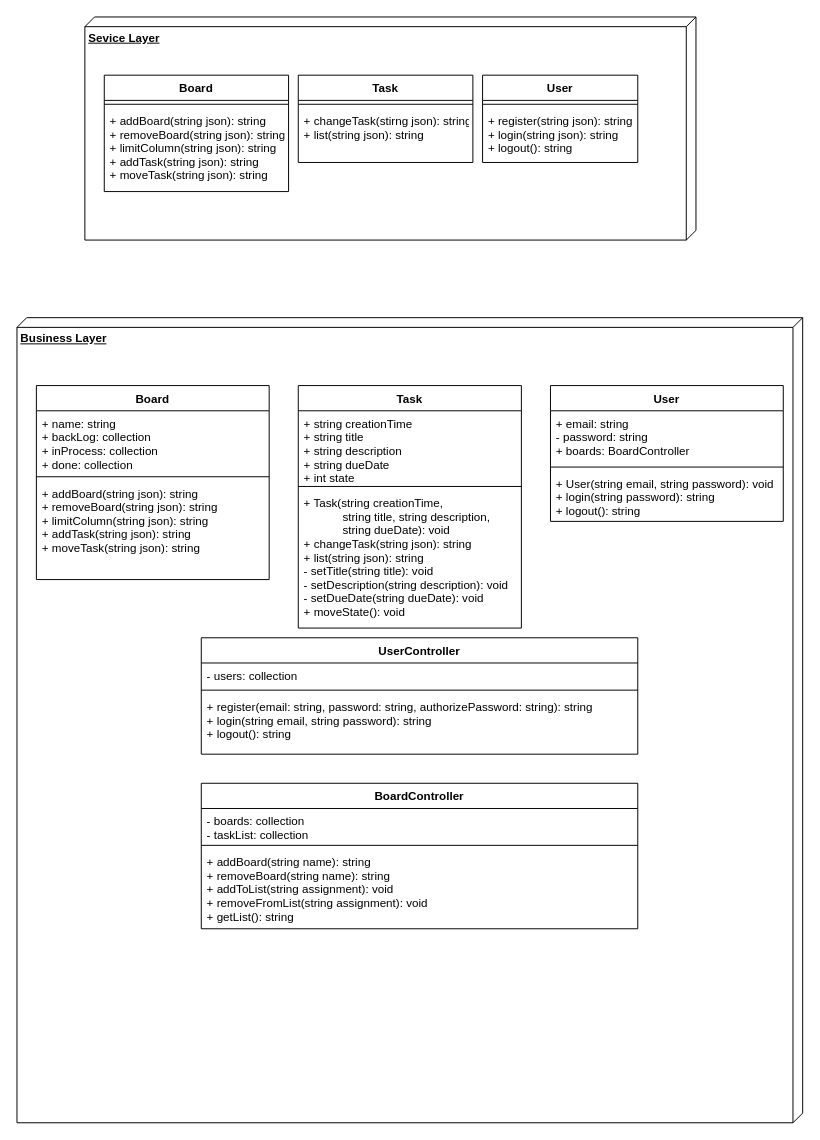
The draw.io diagram KanbanDesign1.drawio in danelboikis/KanbanSEAssignment, before the edit. Source tidied: cells renumbered, new cells numbered last; positions are measured from the earlier drawing's top-left corner, leaving out a move shared by most shapes. Both pictures are drawn from the tidied source at 97%, with x=0, y=0 at pixel (16, 16).
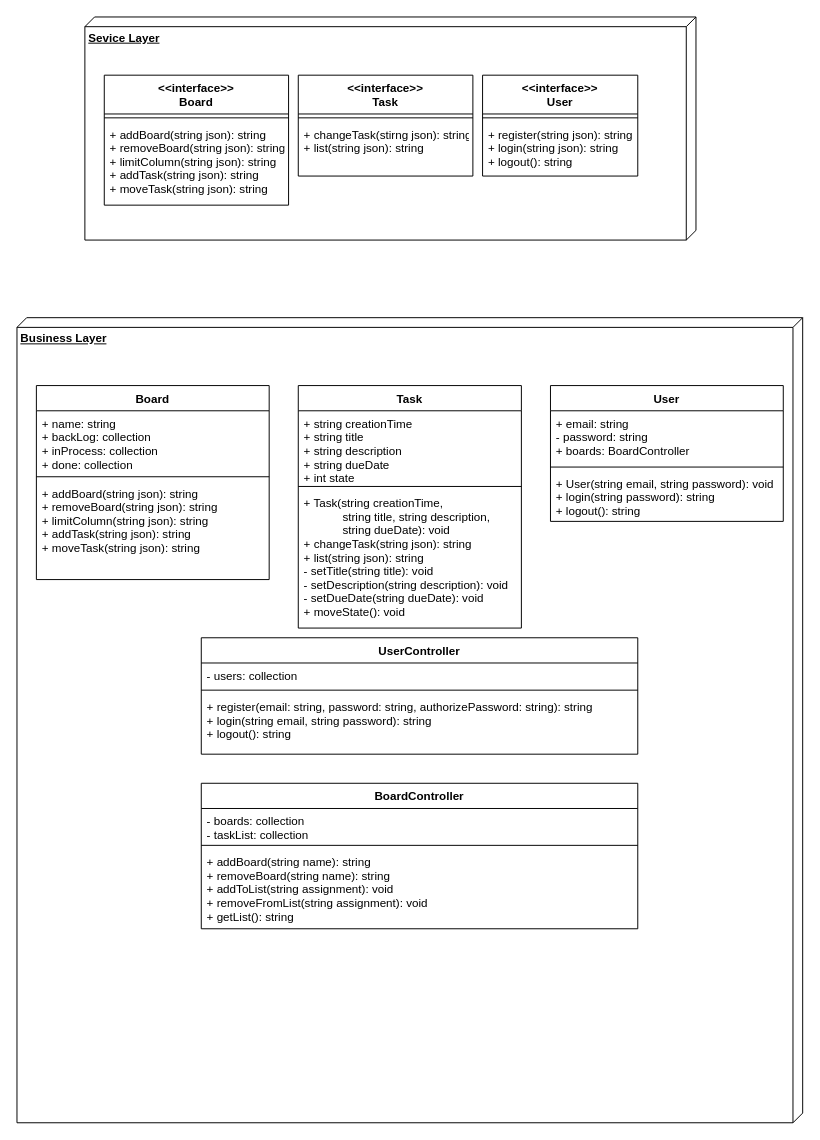
The same diagram, later.

Change to the diagram source:
```diff
@@
-    <mxCell id="3" value="Board" style="swimlane;fontStyle=1;align=center;verticalAlign=top;horizontal=1;startSize=26;" parent="1" vertex="1">
-      <mxGeometry x="90" y="60" width="190" height="120" as="geometry" />
+    <mxCell id="3" value="&lt;&lt;interface&gt;&gt;&#10;Board" style="swimlane;fontStyle=1;align=center;verticalAlign=top;horizontal=1;startSize=40;" parent="1" vertex="1">
+      <mxGeometry x="90" y="60" width="190" height="134" as="geometry" />
     </mxCell>
     <mxCell id="4" style="line;strokeWidth=1;fillColor=none;align=left;verticalAlign=middle;spacingTop=-1;spacingLeft=3;spacingRight=3;labelPosition=right;" parent="3" vertex="1">
-      <mxGeometry y="26" width="190" height="8" as="geometry" />
+      <mxGeometry y="40" width="190" height="8" as="geometry" />
     </mxCell>
     <mxCell id="5" value="+ addBoard(string json): string&#10;+ removeBoard(string json): string&#10;+ limitColumn(string json): string&#10;+ addTask(string json): string&#10;+ moveTask(string json): string" style="text;strokeColor=none;fillColor=none;align=left;verticalAlign=top;spacingLeft=4;spacingRight=4;overflow=hidden;" parent="3" vertex="1">
-      <mxGeometry y="34" width="190" height="86" as="geometry" />
+      <mxGeometry y="48" width="190" height="86" as="geometry" />
     </mxCell>
-    <mxCell id="6" value="Task" style="swimlane;fontStyle=1;align=center;verticalAlign=top;horizontal=1;startSize=26;" parent="1" vertex="1">
-      <mxGeometry x="290" y="60" width="180" height="90" as="geometry" />
+    <mxCell id="6" value="&lt;&lt;interface&gt;&gt;&#10;Task" style="swimlane;fontStyle=1;align=center;verticalAlign=top;horizontal=1;startSize=40;" parent="1" vertex="1">
+      <mxGeometry x="290" y="60" width="180" height="104" as="geometry" />
     </mxCell>
     <mxCell id="7" style="line;strokeWidth=1;fillColor=none;align=left;verticalAlign=middle;spacingTop=-1;spacingLeft=3;spacingRight=3;labelPosition=right;" parent="6" vertex="1">
-      <mxGeometry y="26" width="180" height="8" as="geometry" />
+      <mxGeometry y="40" width="180" height="8" as="geometry" />
     </mxCell>
     <mxCell id="8" value="+ changeTask(stirng json): string&#10;+ list(string json): string&#10;" style="text;strokeColor=none;fillColor=none;align=left;verticalAlign=top;spacingLeft=4;spacingRight=4;overflow=hidden;" parent="6" vertex="1">
-      <mxGeometry y="34" width="180" height="56" as="geometry" />
+      <mxGeometry y="48" width="180" height="56" as="geometry" />
     </mxCell>
-    <mxCell id="9" value="User" style="swimlane;fontStyle=1;align=center;verticalAlign=top;horizontal=1;startSize=26;" parent="1" vertex="1">
-      <mxGeometry x="480" y="60" width="160" height="90" as="geometry" />
+    <mxCell id="9" value="&lt;&lt;interface&gt;&gt;&#10;User" style="swimlane;fontStyle=1;align=center;verticalAlign=top;horizontal=1;startSize=40;" parent="1" vertex="1">
+      <mxGeometry x="480" y="60" width="160" height="104" as="geometry" />
     </mxCell>
     <mxCell id="10" style="line;strokeWidth=1;fillColor=none;align=left;verticalAlign=middle;spacingTop=-1;spacingLeft=3;spacingRight=3;labelPosition=right;" parent="9" vertex="1">
-      <mxGeometry y="26" width="160" height="8" as="geometry" />
+      <mxGeometry y="40" width="160" height="8" as="geometry" />
     </mxCell>
     <mxCell id="11" value="+ register(string json): string&#10;+ login(string json): string&#10;+ logout(): string" style="text;strokeColor=none;fillColor=none;align=left;verticalAlign=top;spacingLeft=4;spacingRight=4;overflow=hidden;" parent="9" vertex="1">
-      <mxGeometry y="34" width="160" height="56" as="geometry" />
+      <mxGeometry y="48" width="160" height="56" as="geometry" />
     </mxCell>
```
